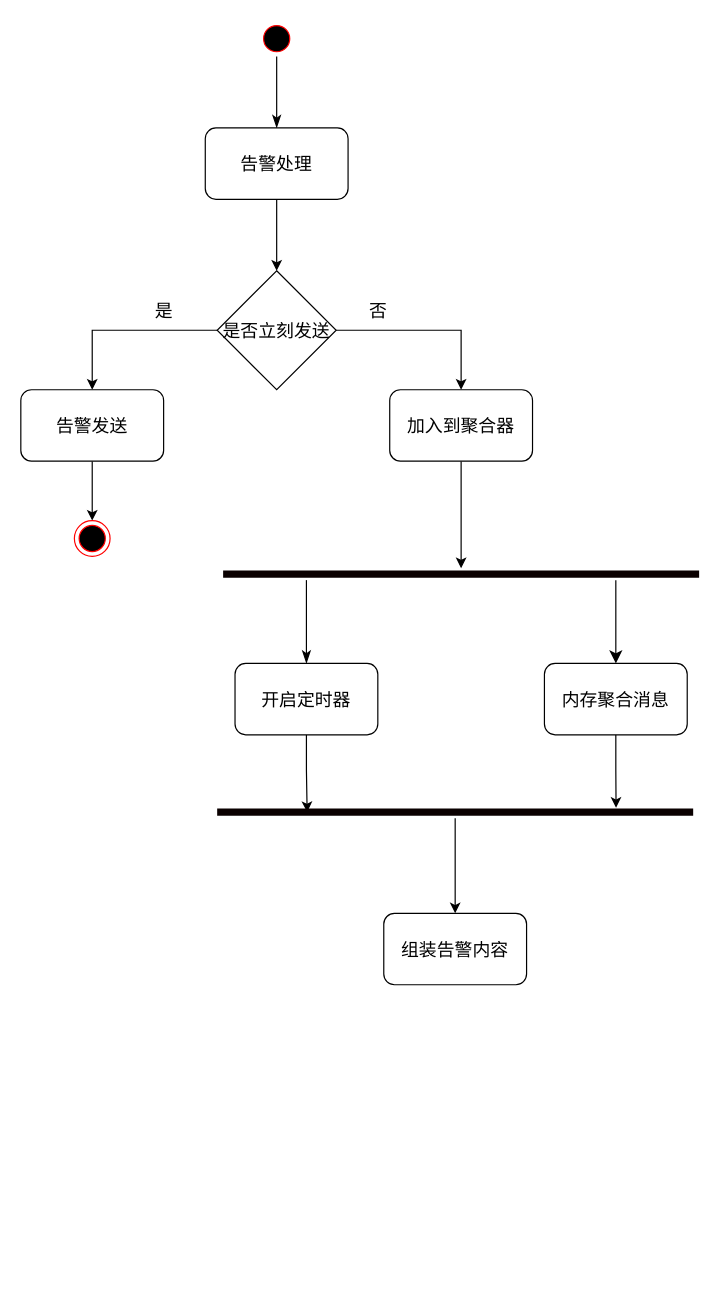
Before: 告警处理.drawio in tianshengdiwangK/common, a draw.io diagram. Source tidied: cells renumbered, new cells numbered last; positions are measured from the earlier drawing's top-left corner, leaving out a move shared by most shapes. Both pictures are drawn from the tidied source at 119%, with x=0, y=0 at pixel (20, 20).
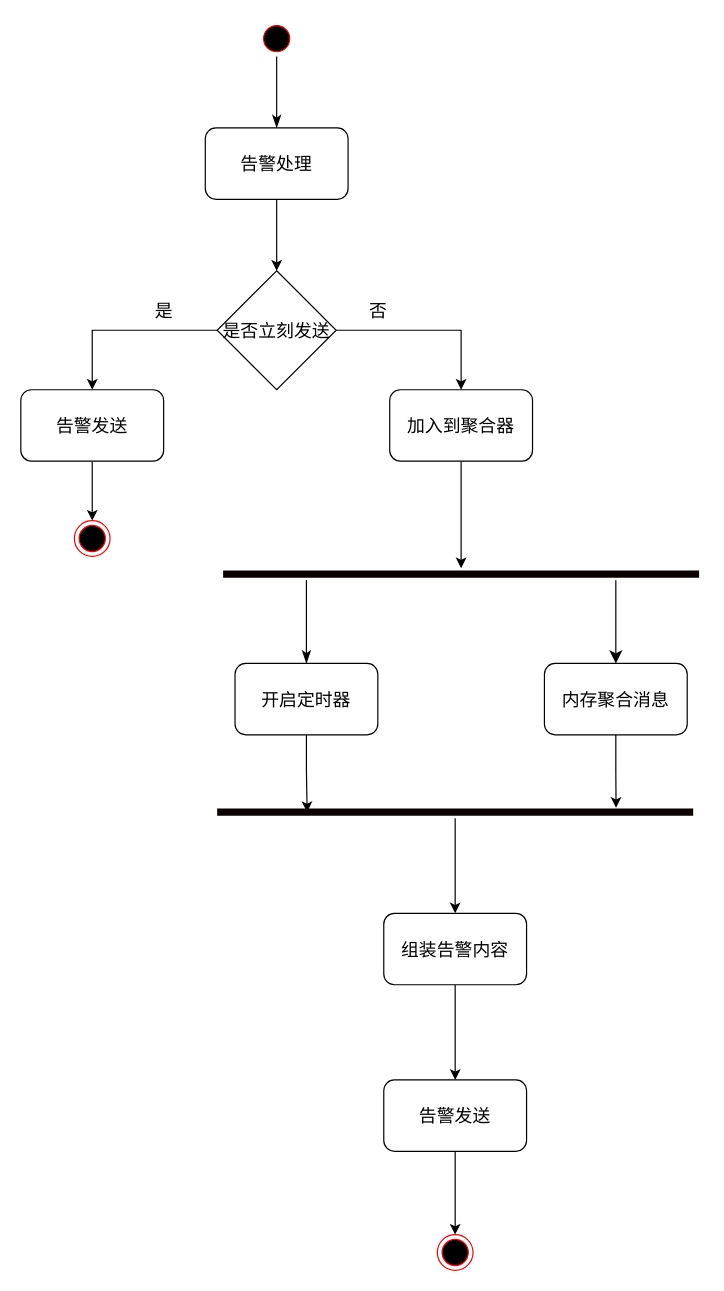
The same diagram, later.

Commit message (it also covers changes not shown here):
更新告警处理.drawio

Unchanged cells that the change refers to:
```xml
<mxCell id="25" value="&lt;font style=&quot;font-size: 15px;&quot;&gt;组装告警内容&lt;/font&gt;" style="rounded=1;whiteSpace=wrap;html=1;" parent="1" vertex="1">
  <mxGeometry x="305" y="750" width="120" height="60" as="geometry" />
</mxCell>
```

What changed in the source:
```diff
@@
+    <mxCell id="26" style="edgeStyle=orthogonalEdgeStyle;rounded=0;jettySize=auto;html=1;" parent="1" edge="1" source="25">
+      <mxGeometry relative="1" as="geometry">
+        <mxPoint x="365" y="890" as="targetPoint" />
+      </mxGeometry>
+    </mxCell>
@@
+    <mxCell id="27" style="edgeStyle=orthogonalEdgeStyle;rounded=0;jettySize=auto;html=1;entryX=0.5;entryY=0;entryDx=0;entryDy=0;" parent="1" edge="1" source="28" target="29">
+      <mxGeometry relative="1" as="geometry" />
+    </mxCell>
+    <mxCell id="28" value="&lt;font style=&quot;font-size: 15px;&quot;&gt;告警发送&lt;/font&gt;" style="rounded=1;whiteSpace=wrap;html=1;" parent="1" vertex="1">
+      <mxGeometry x="305" y="890" width="120" height="60" as="geometry" />
+    </mxCell>
+    <mxCell id="29" style="ellipse;html=1;shape=endState;fillColor=#000000;strokeColor=#ff0000;" parent="1" vertex="1">
+      <mxGeometry x="350" y="1020" width="30" height="30" as="geometry" />
+    </mxCell>
```
